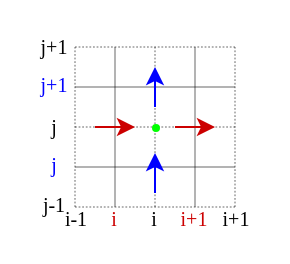
Before: page "一般項" (2 of 3) of docs/mesh2d/mesh2d.drawio in mkou1256/2d_cavity_flow_cpp, a draw.io diagram. Source tidied: cells renumbered, new cells numbered last; positions are measured from the earlier drawing's top-left corner, leaving out a move shared by most shapes. Both pictures are drawn from the tidied source at 200%, with x=0, y=0 at pixel (34, 36).
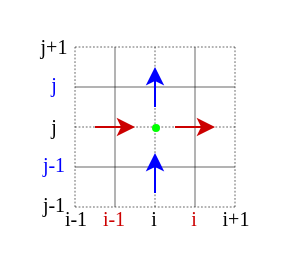
Above is the later version.

What changed in the source:
```diff
@@
-    <mxCell id="23" value="i" style="text;html=1;align=center;verticalAlign=middle;whiteSpace=wrap;rounded=0;fontFamily=Times New Roman;fontSize=10;fontColor=#CC0000;" parent="1" vertex="1">
+    <mxCell id="23" value="i-1" style="text;html=1;align=center;verticalAlign=middle;whiteSpace=wrap;rounded=0;fontFamily=Times New Roman;fontSize=10;fontColor=#CC0000;" parent="1" vertex="1">
       <mxGeometry x="30" y="86" width="20" height="10" as="geometry" />
     </mxCell>
-    <mxCell id="24" value="i+1" style="text;html=1;align=center;verticalAlign=middle;whiteSpace=wrap;rounded=0;fontFamily=Times New Roman;fontSize=10;fontColor=#CC0000;" parent="1" vertex="1">
+    <mxCell id="24" value="i" style="text;html=1;align=center;verticalAlign=middle;whiteSpace=wrap;rounded=0;fontFamily=Times New Roman;fontSize=10;fontColor=#CC0000;" parent="1" vertex="1">
       <mxGeometry x="70" y="86" width="20" height="10" as="geometry" />
     </mxCell>
-    <mxCell id="25" value="j" style="text;html=1;align=center;verticalAlign=middle;whiteSpace=wrap;rounded=0;fontFamily=Times New Roman;fontSize=10;fontColor=#0000FF;" parent="1" vertex="1">
+    <mxCell id="25" value="j-1" style="text;html=1;align=center;verticalAlign=middle;whiteSpace=wrap;rounded=0;fontFamily=Times New Roman;fontSize=10;fontColor=#0000FF;" parent="1" vertex="1">
       <mxGeometry y="59" width="20" height="10" as="geometry" />
     </mxCell>
-    <mxCell id="26" value="j+1" style="text;html=1;align=center;verticalAlign=middle;whiteSpace=wrap;rounded=0;fontFamily=Times New Roman;fontSize=10;fontColor=#0000FF;" parent="1" vertex="1">
+    <mxCell id="26" value="j" style="text;html=1;align=center;verticalAlign=middle;whiteSpace=wrap;rounded=0;fontFamily=Times New Roman;fontSize=10;fontColor=#0000FF;" parent="1" vertex="1">
       <mxGeometry y="19" width="20" height="10" as="geometry" />
     </mxCell>
```
